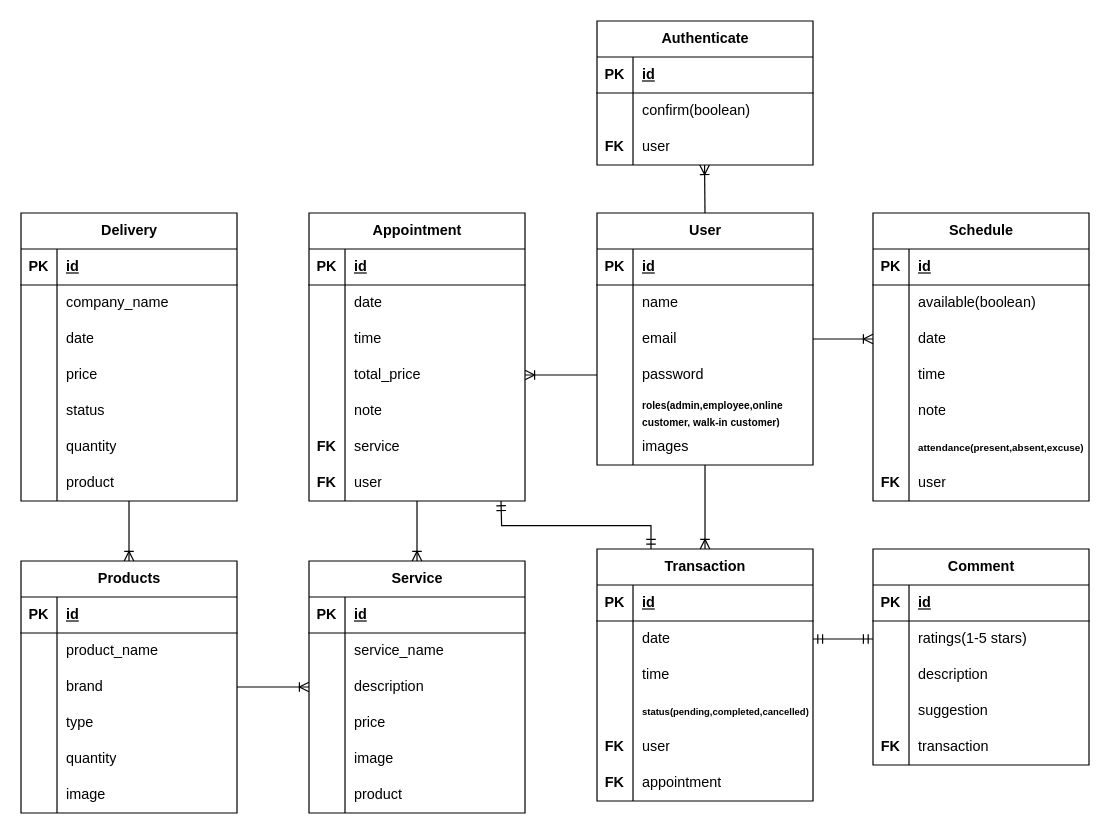
This is erd/Salon-Erd.drawio from GabTheGreat25/Salon-Api, a draw.io file, before an edit. Source tidied: cells renumbered, new cells numbered last; positions are measured from the earlier drawing's top-left corner, leaving out a move shared by most shapes. Both pictures are drawn from the tidied source at 120%, with x=0, y=0 at pixel (20, 20).
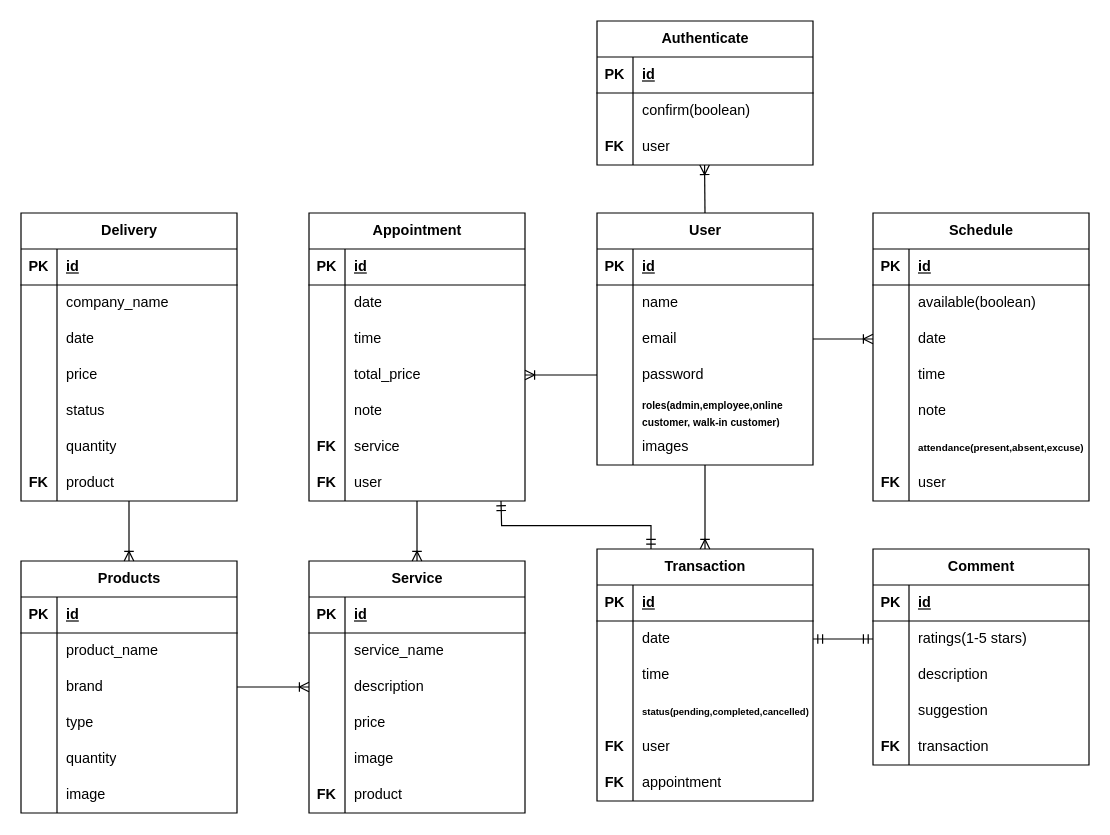
After the change.

Diff of the diagram source:
```diff
@@
+    <mxCell id="158" value="FK" style="shape=partialRectangle;fillColor=none;top=0;left=0;bottom=0;right=0;fontStyle=1;overflow=hidden;whiteSpace=wrap;html=1;" parent="1" vertex="1">
+      <mxGeometry y="370" width="30" height="30" as="geometry" />
+    </mxCell>
+    <mxCell id="159" value="FK" style="shape=partialRectangle;fillColor=none;top=0;left=0;bottom=0;right=0;fontStyle=1;overflow=hidden;whiteSpace=wrap;html=1;" parent="1" vertex="1">
+      <mxGeometry x="240" y="630" width="30" height="30" as="geometry" />
+    </mxCell>
```
